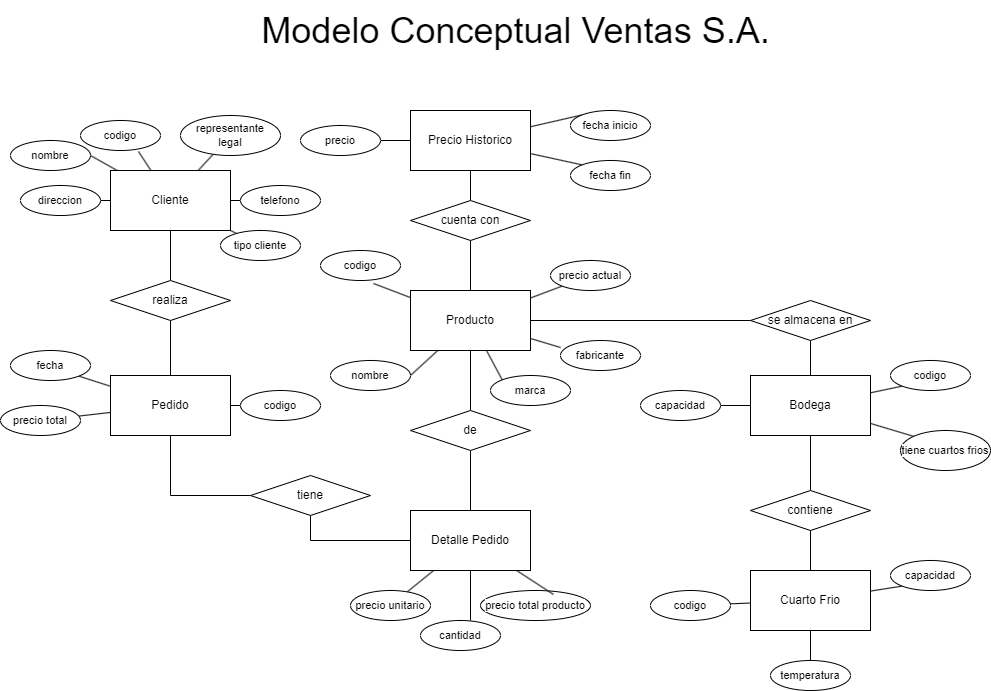
Above: proyecto/modelo-conceptual.png in pereznator/BD2S22023_Grupo_4 (draw.io), before the change. Source tidied: cells renumbered, new cells last; positions are measured from the earlier drawing's top-left corner, leaving out a move shared by most shapes.
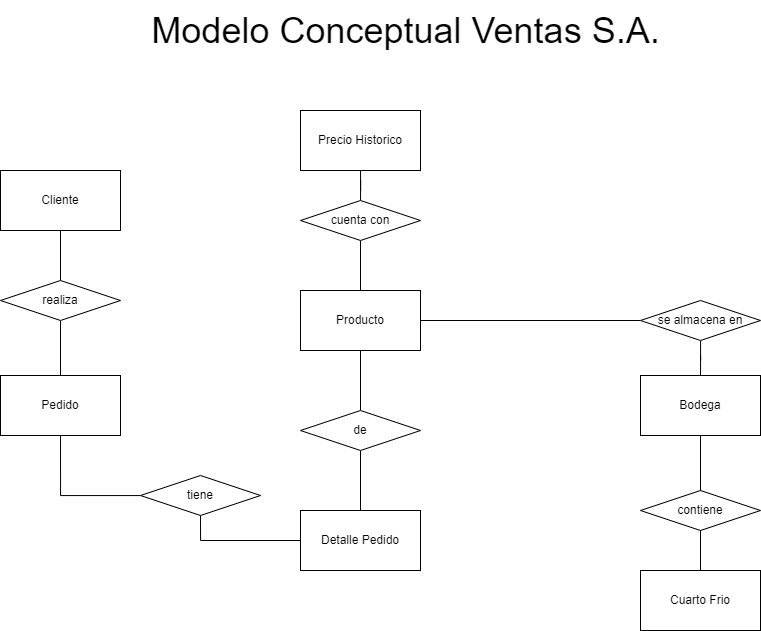
After the commit.

Commit message:
modelo logico implementado

The edit, as a diff of the source:
```diff
@@ -2,45 +2,15 @@
   <root>
     <mxCell id="0" />
     <mxCell id="1" parent="0" />
-    <mxCell id="2" style="edgeStyle=none;shape=connector;rounded=0;jettySize=auto;html=1;entryX=0;entryY=0;entryDx=0;entryDy=0;strokeColor=default;align=center;verticalAlign=middle;fontFamily=Helvetica;fontSize=11;fontColor=default;labelBackgroundColor=default;endArrow=none;endFill=0;" parent="1" edge="1" source="4" target="56">
-      <mxGeometry relative="1" as="geometry" />
-    </mxCell>
-    <mxCell id="3" style="edgeStyle=none;shape=connector;rounded=0;jettySize=auto;html=1;entryX=0;entryY=0;entryDx=0;entryDy=0;strokeColor=default;align=center;verticalAlign=middle;fontFamily=Helvetica;fontSize=11;fontColor=default;labelBackgroundColor=default;endArrow=none;endFill=0;" parent="1" edge="1" source="4" target="57">
-      <mxGeometry relative="1" as="geometry" />
-    </mxCell>
     <mxCell id="4" value="Precio Historico" style="rounded=0;whiteSpace=wrap;html=1;" parent="1" vertex="1">
       <mxGeometry x="410" y="110" width="120" height="60" as="geometry" />
     </mxCell>
-    <mxCell id="5" style="edgeStyle=none;shape=connector;rounded=0;jettySize=auto;html=1;strokeColor=default;align=center;verticalAlign=middle;fontFamily=Helvetica;fontSize=11;fontColor=default;labelBackgroundColor=default;endArrow=none;endFill=0;" parent="1" edge="1" source="8" target="67">
-      <mxGeometry relative="1" as="geometry" />
-    </mxCell>
-    <mxCell id="6" style="edgeStyle=none;shape=connector;rounded=0;jettySize=auto;html=1;entryX=1;entryY=1;entryDx=0;entryDy=0;strokeColor=default;align=center;verticalAlign=middle;fontFamily=Helvetica;fontSize=11;fontColor=default;labelBackgroundColor=default;endArrow=none;endFill=0;" parent="1" edge="1" source="8" target="65">
-      <mxGeometry relative="1" as="geometry" />
-    </mxCell>
-    <mxCell id="7" style="edgeStyle=none;shape=connector;rounded=0;jettySize=auto;html=1;strokeColor=default;align=center;verticalAlign=middle;fontFamily=Helvetica;fontSize=11;fontColor=default;labelBackgroundColor=default;endArrow=none;endFill=0;" parent="1" edge="1" source="8" target="66">
-      <mxGeometry relative="1" as="geometry" />
-    </mxCell>
     <mxCell id="8" value="Pedido" style="rounded=0;whiteSpace=wrap;html=1;" parent="1" vertex="1">
       <mxGeometry x="110" y="375" width="120" height="60" as="geometry" />
     </mxCell>
     <mxCell id="9" style="edgeStyle=orthogonalEdgeStyle;shape=connector;rounded=0;jettySize=auto;html=1;entryX=0.5;entryY=0;entryDx=0;entryDy=0;strokeColor=default;align=center;verticalAlign=middle;fontFamily=Helvetica;fontSize=11;fontColor=default;labelBackgroundColor=default;endArrow=none;endFill=0;" parent="1" edge="1" source="15" target="40">
       <mxGeometry relative="1" as="geometry" />
     </mxCell>
-    <mxCell id="10" style="edgeStyle=none;shape=connector;rounded=0;jettySize=auto;html=1;strokeColor=default;align=center;verticalAlign=middle;fontFamily=Helvetica;fontSize=11;fontColor=default;labelBackgroundColor=default;endArrow=none;endFill=0;" parent="1" edge="1" source="15" target="60">
-      <mxGeometry relative="1" as="geometry" />
-    </mxCell>
-    <mxCell id="11" style="edgeStyle=none;shape=connector;rounded=0;jettySize=auto;html=1;entryX=1;entryY=0.5;entryDx=0;entryDy=0;strokeColor=default;align=center;verticalAlign=middle;fontFamily=Helvetica;fontSize=11;fontColor=default;labelBackgroundColor=default;endArrow=none;endFill=0;" parent="1" edge="1" source="15" target="59">
-      <mxGeometry relative="1" as="geometry" />
-    </mxCell>
-    <mxCell id="12" style="edgeStyle=none;shape=connector;rounded=0;jettySize=auto;html=1;strokeColor=default;align=center;verticalAlign=middle;fontFamily=Helvetica;fontSize=11;fontColor=default;labelBackgroundColor=default;endArrow=none;endFill=0;" parent="1" edge="1" source="15" target="61">
-      <mxGeometry relative="1" as="geometry" />
-    </mxCell>
-    <mxCell id="13" style="edgeStyle=none;shape=connector;rounded=0;jettySize=auto;html=1;strokeColor=default;align=center;verticalAlign=middle;fontFamily=Helvetica;fontSize=11;fontColor=default;labelBackgroundColor=default;endArrow=none;endFill=0;" parent="1" edge="1" source="15" target="62">
-      <mxGeometry relative="1" as="geometry" />
-    </mxCell>
-    <mxCell id="14" style="edgeStyle=none;shape=connector;rounded=0;jettySize=auto;html=1;strokeColor=default;align=center;verticalAlign=middle;fontFamily=Helvetica;fontSize=11;fontColor=default;labelBackgroundColor=default;endArrow=none;endFill=0;" parent="1" edge="1" source="15" target="63">
-      <mxGeometry relative="1" as="geometry" />
-    </mxCell>
     <mxCell id="15" value="Cliente" style="rounded=0;whiteSpace=wrap;html=1;" parent="1" vertex="1">
       <mxGeometry x="110" y="170" width="120" height="60" as="geometry" />
     </mxCell>
@@ -50,15 +20,6 @@
     <mxCell id="17" style="edgeStyle=orthogonalEdgeStyle;shape=connector;rounded=0;jettySize=auto;html=1;entryX=0;entryY=0.5;entryDx=0;entryDy=0;strokeColor=default;align=center;verticalAlign=middle;fontFamily=Helvetica;fontSize=11;fontColor=default;labelBackgroundColor=default;endArrow=none;endFill=0;" parent="1" edge="1" source="21" target="44">
       <mxGeometry relative="1" as="geometry" />
     </mxCell>
-    <mxCell id="18" style="edgeStyle=none;shape=connector;rounded=0;jettySize=auto;html=1;entryX=0;entryY=0;entryDx=0;entryDy=0;strokeColor=default;align=center;verticalAlign=middle;fontFamily=Helvetica;fontSize=11;fontColor=default;labelBackgroundColor=default;endArrow=none;endFill=0;" parent="1" edge="1" source="21" target="49">
-      <mxGeometry relative="1" as="geometry" />
-    </mxCell>
-    <mxCell id="19" style="edgeStyle=none;shape=connector;rounded=0;jettySize=auto;html=1;entryX=1;entryY=0.5;entryDx=0;entryDy=0;strokeColor=default;align=center;verticalAlign=middle;fontFamily=Helvetica;fontSize=11;fontColor=default;labelBackgroundColor=default;endArrow=none;endFill=0;" parent="1" edge="1" source="21" target="48">
-      <mxGeometry relative="1" as="geometry" />
-    </mxCell>
-    <mxCell id="20" style="edgeStyle=none;shape=connector;rounded=0;jettySize=auto;html=1;entryX=0;entryY=1;entryDx=0;entryDy=0;strokeColor=default;align=center;verticalAlign=middle;fontFamily=Helvetica;fontSize=11;fontColor=default;labelBackgroundColor=default;endArrow=none;endFill=0;" parent="1" edge="1" source="21" target="51">
-      <mxGeometry relative="1" as="geometry" />
-    </mxCell>
     <mxCell id="21" value="Producto" style="rounded=0;whiteSpace=wrap;html=1;" parent="1" vertex="1">
       <mxGeometry x="410" y="290" width="120" height="60" as="geometry" />
     </mxCell>
@@ -68,36 +29,15 @@
     <mxCell id="23" style="edgeStyle=orthogonalEdgeStyle;shape=connector;rounded=0;jettySize=auto;html=1;entryX=0.5;entryY=1;entryDx=0;entryDy=0;strokeColor=default;align=center;verticalAlign=middle;fontFamily=Helvetica;fontSize=11;fontColor=default;labelBackgroundColor=default;endArrow=none;endFill=0;" parent="1" edge="1" source="25" target="38">
       <mxGeometry relative="1" as="geometry" />
     </mxCell>
-    <mxCell id="24" style="edgeStyle=none;shape=connector;rounded=0;jettySize=auto;html=1;strokeColor=default;align=center;verticalAlign=middle;fontFamily=Helvetica;fontSize=11;fontColor=default;labelBackgroundColor=default;endArrow=none;endFill=0;" parent="1" edge="1" source="25" target="68">
-      <mxGeometry relative="1" as="geometry" />
-    </mxCell>
     <mxCell id="25" value="Detalle Pedido" style="rounded=0;whiteSpace=wrap;html=1;" parent="1" vertex="1">
       <mxGeometry x="410" y="510" width="120" height="60" as="geometry" />
     </mxCell>
     <mxCell id="26" style="edgeStyle=orthogonalEdgeStyle;shape=connector;rounded=0;jettySize=auto;html=1;entryX=0.5;entryY=0;entryDx=0;entryDy=0;strokeColor=default;align=center;verticalAlign=middle;fontFamily=Helvetica;fontSize=11;fontColor=default;labelBackgroundColor=default;endArrow=none;endFill=0;" parent="1" edge="1" source="30" target="46">
       <mxGeometry relative="1" as="geometry" />
     </mxCell>
-    <mxCell id="27" style="edgeStyle=none;shape=connector;rounded=0;jettySize=auto;html=1;entryX=0;entryY=1;entryDx=0;entryDy=0;strokeColor=default;align=center;verticalAlign=middle;fontFamily=Helvetica;fontSize=11;fontColor=default;labelBackgroundColor=default;endArrow=none;endFill=0;" parent="1" edge="1" source="30" target="74">
-      <mxGeometry relative="1" as="geometry" />
-    </mxCell>
-    <mxCell id="28" style="edgeStyle=none;shape=connector;rounded=0;jettySize=auto;html=1;entryX=1;entryY=0.5;entryDx=0;entryDy=0;strokeColor=default;align=center;verticalAlign=middle;fontFamily=Helvetica;fontSize=11;fontColor=default;labelBackgroundColor=default;endArrow=none;endFill=0;" parent="1" edge="1" source="30" target="75">
-      <mxGeometry relative="1" as="geometry" />
-    </mxCell>
-    <mxCell id="29" style="edgeStyle=none;shape=connector;rounded=0;jettySize=auto;html=1;entryX=0;entryY=0;entryDx=0;entryDy=0;strokeColor=default;align=center;verticalAlign=middle;fontFamily=Helvetica;fontSize=11;fontColor=default;labelBackgroundColor=default;endArrow=none;endFill=0;" parent="1" edge="1" source="30" target="76">
-      <mxGeometry relative="1" as="geometry" />
-    </mxCell>
     <mxCell id="30" value="Bodega" style="rounded=0;whiteSpace=wrap;html=1;" parent="1" vertex="1">
       <mxGeometry x="750" y="375" width="120" height="60" as="geometry" />
     </mxCell>
-    <mxCell id="31" style="edgeStyle=none;shape=connector;rounded=0;jettySize=auto;html=1;entryX=0.5;entryY=0;entryDx=0;entryDy=0;strokeColor=default;align=center;verticalAlign=middle;fontFamily=Helvetica;fontSize=11;fontColor=default;labelBackgroundColor=default;endArrow=none;endFill=0;" parent="1" edge="1" source="34" target="79">
-      <mxGeometry relative="1" as="geometry" />
-    </mxCell>
-    <mxCell id="32" style="edgeStyle=none;shape=connector;rounded=0;jettySize=auto;html=1;entryX=0;entryY=1;entryDx=0;entryDy=0;strokeColor=default;align=center;verticalAlign=middle;fontFamily=Helvetica;fontSize=11;fontColor=default;labelBackgroundColor=default;endArrow=none;endFill=0;" parent="1" edge="1" source="34" target="78">
-      <mxGeometry relative="1" as="geometry" />
-    </mxCell>
-    <mxCell id="33" style="edgeStyle=none;shape=connector;rounded=0;jettySize=auto;html=1;strokeColor=default;align=center;verticalAlign=middle;fontFamily=Helvetica;fontSize=11;fontColor=default;labelBackgroundColor=default;endArrow=none;endFill=0;" parent="1" edge="1" source="34" target="77">
-      <mxGeometry relative="1" as="geometry" />
-    </mxCell>
     <mxCell id="34" value="Cuarto Frio" style="rounded=0;whiteSpace=wrap;html=1;" parent="1" vertex="1">
       <mxGeometry x="750" y="570" width="120" height="60" as="geometry" />
     </mxCell>
@@ -137,105 +77,9 @@
     <mxCell id="46" value="contiene" style="rhombus;whiteSpace=wrap;html=1;" parent="1" vertex="1">
       <mxGeometry x="750" y="490" width="120" height="40" as="geometry" />
     </mxCell>
-    <mxCell id="47" value="codigo" style="ellipse;whiteSpace=wrap;html=1;fontFamily=Helvetica;fontSize=11;fontColor=default;labelBackgroundColor=default;" parent="1" vertex="1">
-      <mxGeometry x="320" y="250" width="80" height="30" as="geometry" />
-    </mxCell>
-    <mxCell id="48" value="nombre" style="ellipse;whiteSpace=wrap;html=1;fontFamily=Helvetica;fontSize=11;fontColor=default;labelBackgroundColor=default;" parent="1" vertex="1">
-      <mxGeometry x="330" y="360" width="80" height="30" as="geometry" />
-    </mxCell>
-    <mxCell id="49" value="marca" style="ellipse;whiteSpace=wrap;html=1;fontFamily=Helvetica;fontSize=11;fontColor=default;labelBackgroundColor=default;" parent="1" vertex="1">
-      <mxGeometry x="490" y="375" width="80" height="30" as="geometry" />
-    </mxCell>
-    <mxCell id="50" value="fabricante" style="ellipse;whiteSpace=wrap;html=1;fontFamily=Helvetica;fontSize=11;fontColor=default;labelBackgroundColor=default;fontStyle=0;" parent="1" vertex="1">
-      <mxGeometry x="560" y="340" width="80" height="30" as="geometry" />
-    </mxCell>
-    <mxCell id="51" value="precio actual" style="ellipse;whiteSpace=wrap;html=1;fontFamily=Helvetica;fontSize=11;fontColor=default;labelBackgroundColor=default;" parent="1" vertex="1">
-      <mxGeometry x="550" y="260" width="80" height="30" as="geometry" />
-    </mxCell>
-    <mxCell id="52" style="shape=connector;rounded=0;jettySize=auto;html=1;entryX=0;entryY=0.233;entryDx=0;entryDy=0;entryPerimeter=0;strokeColor=default;align=center;verticalAlign=middle;fontFamily=Helvetica;fontSize=11;fontColor=default;labelBackgroundColor=default;endArrow=none;endFill=0;" parent="1" edge="1" source="21" target="50">
-      <mxGeometry relative="1" as="geometry" />
-    </mxCell>
-    <mxCell id="53" style="edgeStyle=none;shape=connector;rounded=0;jettySize=auto;html=1;entryX=0.663;entryY=1.1;entryDx=0;entryDy=0;entryPerimeter=0;strokeColor=default;align=center;verticalAlign=middle;fontFamily=Helvetica;fontSize=11;fontColor=default;labelBackgroundColor=default;endArrow=none;endFill=0;" parent="1" edge="1" source="21" target="47">
-      <mxGeometry relative="1" as="geometry" />
-    </mxCell>
-    <mxCell id="54" style="edgeStyle=none;shape=connector;rounded=0;jettySize=auto;html=1;strokeColor=default;align=center;verticalAlign=middle;fontFamily=Helvetica;fontSize=11;fontColor=default;labelBackgroundColor=default;endArrow=none;endFill=0;" parent="1" edge="1" source="55" target="4">
-      <mxGeometry relative="1" as="geometry" />
-    </mxCell>
-    <mxCell id="55" value="precio" style="ellipse;whiteSpace=wrap;html=1;fontFamily=Helvetica;fontSize=11;fontColor=default;labelBackgroundColor=default;" parent="1" vertex="1">
-      <mxGeometry x="300" y="125" width="80" height="30" as="geometry" />
-    </mxCell>
-    <mxCell id="56" value="fecha inicio" style="ellipse;whiteSpace=wrap;html=1;fontFamily=Helvetica;fontSize=11;fontColor=default;labelBackgroundColor=default;" parent="1" vertex="1">
-      <mxGeometry x="570" y="110" width="80" height="30" as="geometry" />
-    </mxCell>
-    <mxCell id="57" value="fecha fin" style="ellipse;whiteSpace=wrap;html=1;fontFamily=Helvetica;fontSize=11;fontColor=default;labelBackgroundColor=default;" parent="1" vertex="1">
-      <mxGeometry x="570" y="160" width="80" height="30" as="geometry" />
-    </mxCell>
-    <mxCell id="58" value="codigo" style="ellipse;whiteSpace=wrap;html=1;fontFamily=Helvetica;fontSize=11;fontColor=default;labelBackgroundColor=default;" parent="1" vertex="1">
-      <mxGeometry x="80" y="120" width="80" height="30" as="geometry" />
-    </mxCell>
-    <mxCell id="59" value="nombre" style="ellipse;whiteSpace=wrap;html=1;fontFamily=Helvetica;fontSize=11;fontColor=default;labelBackgroundColor=default;" parent="1" vertex="1">
-      <mxGeometry x="10" y="140" width="80" height="30" as="geometry" />
-    </mxCell>
-    <mxCell id="60" value="representante&lt;div&gt;legal&lt;/div&gt;" style="ellipse;whiteSpace=wrap;html=1;fontFamily=Helvetica;fontSize=11;fontColor=default;labelBackgroundColor=default;" parent="1" vertex="1">
-      <mxGeometry x="180" y="115" width="100" height="40" as="geometry" />
-    </mxCell>
-    <mxCell id="61" value="direccion" style="ellipse;whiteSpace=wrap;html=1;fontFamily=Helvetica;fontSize=11;fontColor=default;labelBackgroundColor=default;" parent="1" vertex="1">
-      <mxGeometry x="20" y="185" width="80" height="30" as="geometry" />
-    </mxCell>
-    <mxCell id="62" value="telefono" style="ellipse;whiteSpace=wrap;html=1;fontFamily=Helvetica;fontSize=11;fontColor=default;labelBackgroundColor=default;" parent="1" vertex="1">
-      <mxGeometry x="240" y="185" width="80" height="30" as="geometry" />
-    </mxCell>
-    <mxCell id="63" value="tipo cliente" style="ellipse;whiteSpace=wrap;html=1;fontFamily=Helvetica;fontSize=11;fontColor=default;labelBackgroundColor=default;" parent="1" vertex="1">
-      <mxGeometry x="220" y="230" width="80" height="30" as="geometry" />
-    </mxCell>
-    <mxCell id="64" style="edgeStyle=none;shape=connector;rounded=0;jettySize=auto;html=1;entryX=0.725;entryY=1.033;entryDx=0;entryDy=0;entryPerimeter=0;strokeColor=default;align=center;verticalAlign=middle;fontFamily=Helvetica;fontSize=11;fontColor=default;labelBackgroundColor=default;endArrow=none;endFill=0;" parent="1" edge="1" source="15" target="58">
-      <mxGeometry relative="1" as="geometry" />
-    </mxCell>
-    <mxCell id="65" value="fecha" style="ellipse;whiteSpace=wrap;html=1;fontFamily=Helvetica;fontSize=11;fontColor=default;labelBackgroundColor=default;" parent="1" vertex="1">
-      <mxGeometry x="10" y="350" width="80" height="30" as="geometry" />
-    </mxCell>
-    <mxCell id="66" value="precio total" style="ellipse;whiteSpace=wrap;html=1;fontFamily=Helvetica;fontSize=11;fontColor=default;labelBackgroundColor=default;" parent="1" vertex="1">
-      <mxGeometry y="405" width="80" height="30" as="geometry" />
-    </mxCell>
-    <mxCell id="67" value="codigo" style="ellipse;whiteSpace=wrap;html=1;fontFamily=Helvetica;fontSize=11;fontColor=default;labelBackgroundColor=default;" parent="1" vertex="1">
-      <mxGeometry x="240" y="390" width="80" height="30" as="geometry" />
-    </mxCell>
-    <mxCell id="68" value="precio unitario" style="ellipse;whiteSpace=wrap;html=1;fontFamily=Helvetica;fontSize=11;fontColor=default;labelBackgroundColor=default;" parent="1" vertex="1">
-      <mxGeometry x="350" y="590" width="80" height="30" as="geometry" />
-    </mxCell>
-    <mxCell id="69" value="cantidad" style="ellipse;whiteSpace=wrap;html=1;fontFamily=Helvetica;fontSize=11;fontColor=default;labelBackgroundColor=default;" parent="1" vertex="1">
-      <mxGeometry x="420" y="620" width="80" height="30" as="geometry" />
-    </mxCell>
-    <mxCell id="70" value="precio total producto" style="ellipse;whiteSpace=wrap;html=1;fontFamily=Helvetica;fontSize=11;fontColor=default;labelBackgroundColor=default;" parent="1" vertex="1">
-      <mxGeometry x="480" y="590" width="110" height="30" as="geometry" />
-    </mxCell>
     <mxCell id="71" style="edgeStyle=none;shape=connector;rounded=0;orthogonalLoop=1;jettySize=auto;html=1;exitX=0.5;exitY=1;exitDx=0;exitDy=0;strokeColor=default;align=center;verticalAlign=middle;fontFamily=Helvetica;fontSize=11;fontColor=default;labelBackgroundColor=default;endArrow=none;endFill=0;" parent="1" edge="1" source="25" target="25">
       <mxGeometry relative="1" as="geometry" />
     </mxCell>
-    <mxCell id="72" style="edgeStyle=none;shape=connector;rounded=0;jettySize=auto;html=1;entryX=0.625;entryY=0;entryDx=0;entryDy=0;entryPerimeter=0;strokeColor=default;align=center;verticalAlign=middle;fontFamily=Helvetica;fontSize=11;fontColor=default;labelBackgroundColor=default;endArrow=none;endFill=0;" parent="1" edge="1" source="25" target="69">
-      <mxGeometry relative="1" as="geometry" />
-    </mxCell>
-    <mxCell id="73" style="edgeStyle=none;shape=connector;rounded=0;jettySize=auto;html=1;entryX=0.664;entryY=0.133;entryDx=0;entryDy=0;entryPerimeter=0;strokeColor=default;align=center;verticalAlign=middle;fontFamily=Helvetica;fontSize=11;fontColor=default;labelBackgroundColor=default;endArrow=none;endFill=0;" parent="1" edge="1" source="25" target="70">
-      <mxGeometry relative="1" as="geometry" />
-    </mxCell>
-    <mxCell id="74" value="codigo" style="ellipse;whiteSpace=wrap;html=1;fontFamily=Helvetica;fontSize=11;fontColor=default;labelBackgroundColor=default;" parent="1" vertex="1">
-      <mxGeometry x="890" y="360" width="80" height="30" as="geometry" />
-    </mxCell>
-    <mxCell id="75" value="capacidad" style="ellipse;whiteSpace=wrap;html=1;fontFamily=Helvetica;fontSize=11;fontColor=default;labelBackgroundColor=default;" parent="1" vertex="1">
-      <mxGeometry x="640" y="390" width="80" height="30" as="geometry" />
-    </mxCell>
-    <mxCell id="76" value="tiene cuartos frios" style="ellipse;whiteSpace=wrap;html=1;fontFamily=Helvetica;fontSize=11;fontColor=default;labelBackgroundColor=default;" parent="1" vertex="1">
-      <mxGeometry x="900" y="430" width="90" height="40" as="geometry" />
-    </mxCell>
-    <mxCell id="77" value="codigo" style="ellipse;whiteSpace=wrap;html=1;fontFamily=Helvetica;fontSize=11;fontColor=default;labelBackgroundColor=default;" parent="1" vertex="1">
-      <mxGeometry x="650" y="590" width="80" height="30" as="geometry" />
-    </mxCell>
-    <mxCell id="78" value="capacidad" style="ellipse;whiteSpace=wrap;html=1;fontFamily=Helvetica;fontSize=11;fontColor=default;labelBackgroundColor=default;" parent="1" vertex="1">
-      <mxGeometry x="890" y="560" width="80" height="30" as="geometry" />
-    </mxCell>
-    <mxCell id="79" value="temperatura" style="ellipse;whiteSpace=wrap;html=1;fontFamily=Helvetica;fontSize=11;fontColor=default;labelBackgroundColor=default;" parent="1" vertex="1">
-      <mxGeometry x="770" y="660" width="80" height="30" as="geometry" />
-    </mxCell>
     <mxCell id="80" value="&lt;font style=&quot;font-size: 36px;&quot;&gt;Modelo Conceptual Ventas S.A.&lt;/font&gt;" style="text;html=1;align=center;verticalAlign=middle;strokeColor=none;fillColor=none;fontFamily=Helvetica;fontSize=11;fontColor=default;labelBackgroundColor=default;" parent="1" vertex="1">
       <mxGeometry x="250" width="530" height="60" as="geometry" />
     </mxCell>
```
